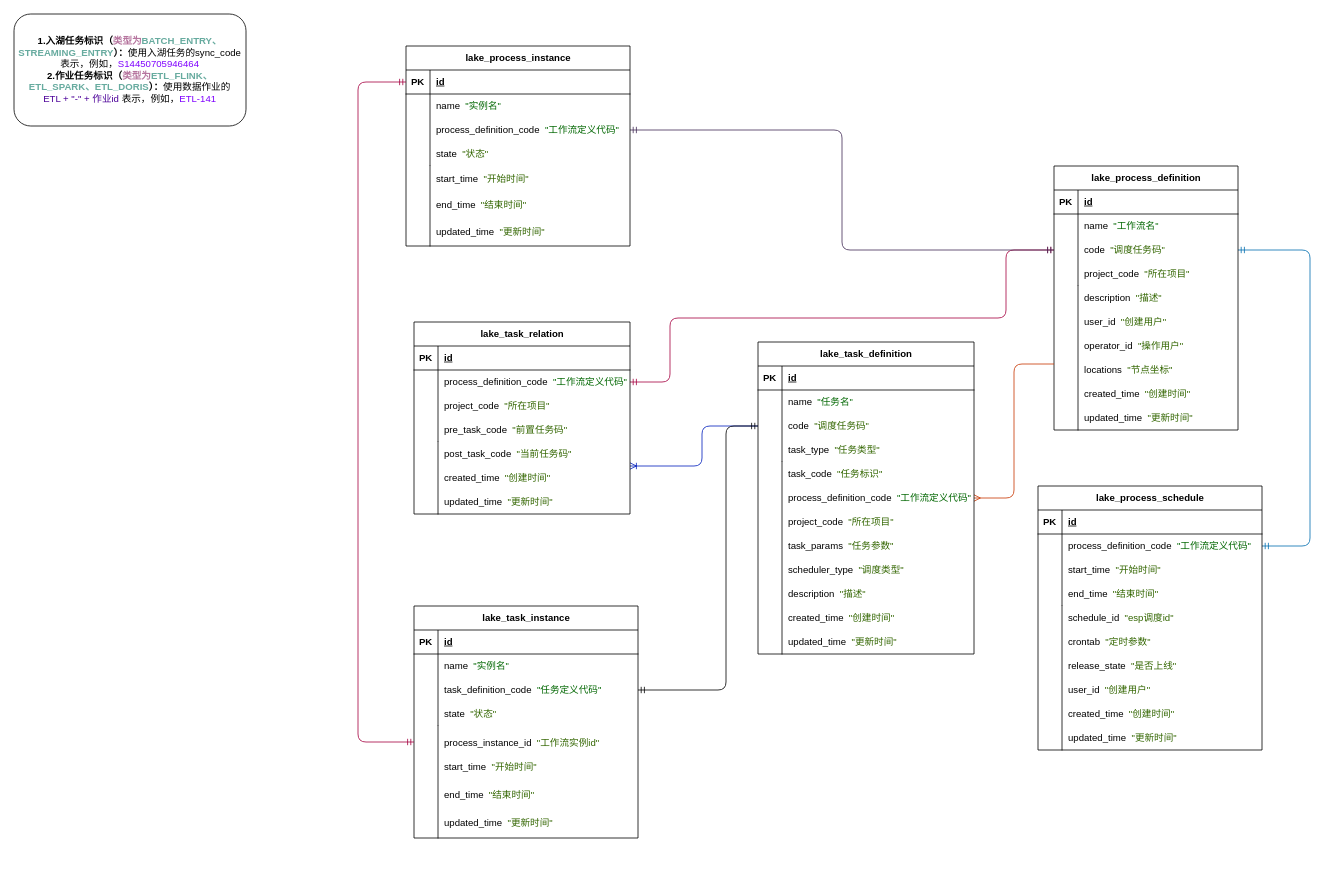
This is page "入湖与作业任务依赖" (3 of 3) of 数据湖.drawio from GorgeousU/draw.io, a draw.io file, before an edit. Source tidied: cells renumbered, new cells numbered last; positions are measured from the earlier drawing's top-left corner, leaving out a move shared by most shapes. Both pictures are drawn from the tidied source at 80%, with x=0, y=0 at pixel (14, 14).
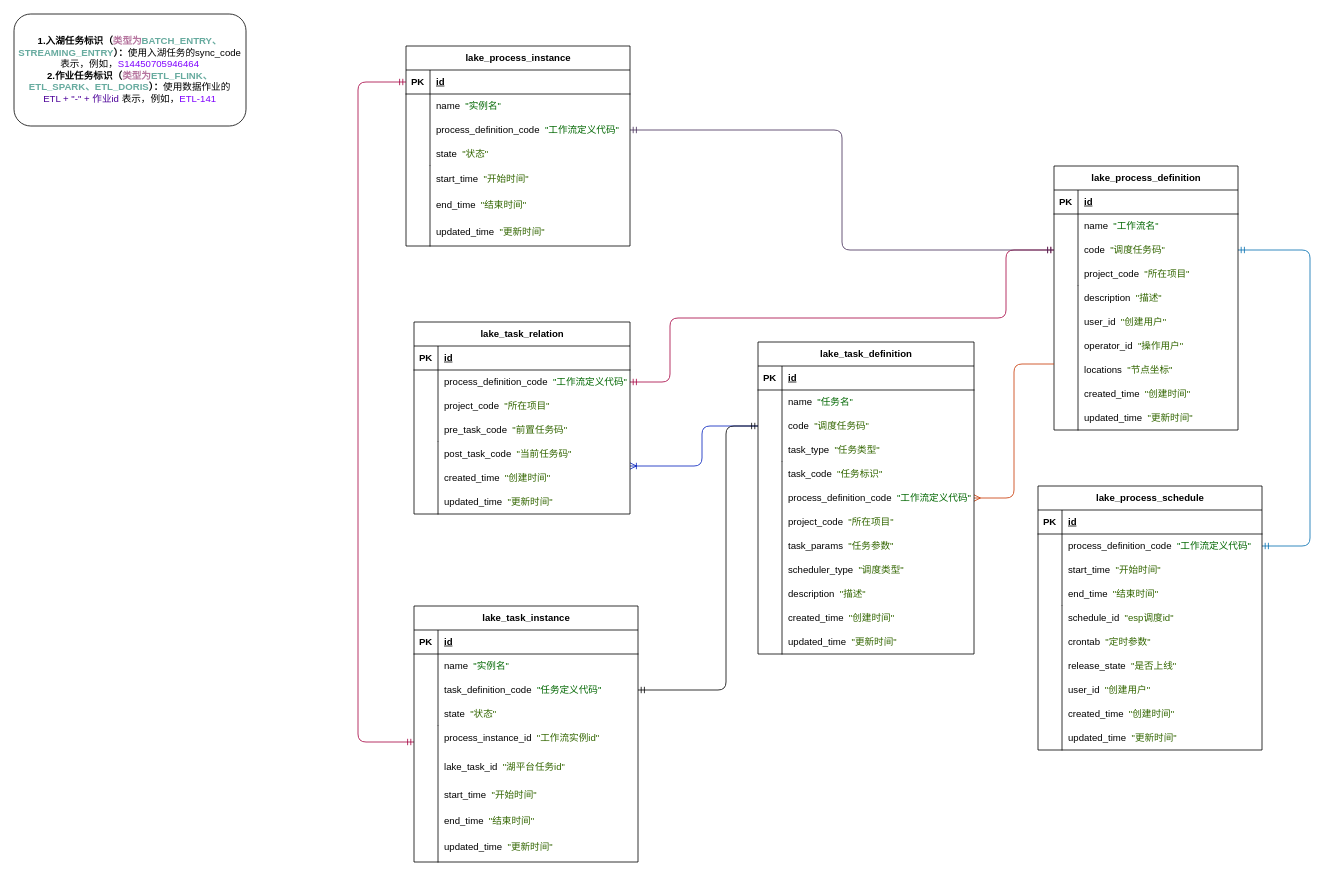
Above is the later version.

Commit message:
更新数据湖.drawio

The change refers to these unchanged cells:
```xml
<mxCell id="116" style="shape=tableRow;horizontal=0;startSize=0;swimlaneHead=0;swimlaneBody=0;fillColor=none;points=[[0,0.5],[1,0.5]];portConstraint=eastwest;top=0;left=0;right=0;bottom=1;" parent="115" vertex="1">
  <mxGeometry y="30" width="280" height="30" as="geometry" />
</mxCell>
```

Diff of the diagram source:
```diff
@@
-    <mxCell id="137" style="group;" parent="1" vertex="1">
-      <mxGeometry x="500" y="740" width="280" height="300" as="geometry" />
-    </mxCell>
+    <mxCell id="161" style="edgeStyle=orthogonalEdgeStyle;fontSize=12;html=1;endArrow=ERmandOne;startArrow=ERmandOne;rounded=1;entryX=0;entryY=0.5;entryDx=0;entryDy=0;fillColor=#d80073;strokeColor=#A50040;" parent="1" edge="1" target="116">
+      <mxGeometry relative="1" as="geometry">
+        <mxPoint x="500" y="910" as="sourcePoint" />
+        <Array as="points">
+          <mxPoint x="430" y="910" />
+          <mxPoint x="430" y="85" />
+        </Array>
+      </mxGeometry>
+    </mxCell>
-    <mxCell id="138" value="lake_task_instance" style="shape=table;startSize=30;childLayout=tableLayout;rowLines=0;fontStyle=1;align=center;html=1;" parent="137" vertex="1">
-      <mxGeometry width="280" height="290" as="geometry" />
+    <mxCell id="138" value="lake_task_instance" style="shape=table;startSize=30;childLayout=tableLayout;rowLines=0;fontStyle=1;align=center;html=1;" parent="1" vertex="1">
+      <mxGeometry x="500" y="740" width="280" height="320" as="geometry" />
     </mxCell>
@@
-    <mxCell id="151" style="shape=tableRow;horizontal=0;startSize=0;swimlaneHead=0;swimlaneBody=0;fillColor=none;top=0;left=0;right=0;bottom=0;" parent="137" vertex="1">
-      <mxGeometry y="214.3" width="180" height="42.9" as="geometry" />
+    <mxCell id="151" style="shape=tableRow;horizontal=0;startSize=0;swimlaneHead=0;swimlaneBody=0;fillColor=none;top=0;left=0;right=0;bottom=0;" parent="1" vertex="1">
+      <mxGeometry x="500" y="954.3" width="180" height="42.9" as="geometry" />
     </mxCell>
@@
-    <mxCell id="153" style="shape=tableRow;horizontal=0;startSize=0;swimlaneHead=0;swimlaneBody=0;fillColor=none;top=0;left=0;right=0;bottom=0;" parent="137" vertex="1">
-      <mxGeometry y="257.1" width="210" height="42.9" as="geometry" />
+    <mxCell id="153" style="shape=tableRow;horizontal=0;startSize=0;swimlaneHead=0;swimlaneBody=0;fillColor=none;top=0;left=0;right=0;bottom=0;" parent="1" vertex="1">
+      <mxGeometry x="500" y="997.1" width="210" height="42.9" as="geometry" />
     </mxCell>
@@
-    <mxCell id="155" value="start_time&amp;nbsp;&amp;nbsp;&lt;font color=&quot;#336600&quot;&gt;&quot;开始时间&quot;&lt;/font&gt;" style="shape=partialRectangle;fillColor=none;top=0;left=0;bottom=0;right=0;align=left;spacingLeft=6;overflow=hidden;whiteSpace=wrap;html=1;" parent="137" vertex="1">
-      <mxGeometry x="30" y="180" width="160" height="42.9" as="geometry" />
+    <mxCell id="155" value="start_time&amp;nbsp;&amp;nbsp;&lt;font color=&quot;#336600&quot;&gt;&quot;开始时间&quot;&lt;/font&gt;" style="shape=partialRectangle;fillColor=none;top=0;left=0;bottom=0;right=0;align=left;spacingLeft=6;overflow=hidden;whiteSpace=wrap;html=1;" parent="1" vertex="1">
+      <mxGeometry x="530" y="954.3" width="160" height="42.9" as="geometry" />
     </mxCell>
-    <mxCell id="156" style="shape=partialRectangle;fillColor=none;align=left;verticalAlign=middle;strokeColor=none;spacingLeft=34;" parent="137" vertex="1">
-      <mxGeometry x="20" y="150" width="30" height="140" as="geometry" />
+    <mxCell id="156" style="shape=partialRectangle;fillColor=none;align=left;verticalAlign=middle;strokeColor=none;spacingLeft=34;" parent="1" vertex="1">
+      <mxGeometry x="520" y="890" width="30" height="170" as="geometry" />
     </mxCell>
     <mxCell id="157" style="shape=partialRectangle;top=0;left=0;bottom=0;fillColor=none;stokeWidth=1;align=left;verticalAlign=middle;spacingLeft=4;spacingRight=4;overflow=hidden;" parent="156" vertex="1">
-      <mxGeometry width="10" height="140" as="geometry" />
+      <mxGeometry width="10" height="170" as="geometry" />
     </mxCell>
-    <mxCell id="158" value="end_time&amp;nbsp;&amp;nbsp;&lt;font color=&quot;#336600&quot;&gt;&quot;结束时间&quot;&lt;/font&gt;" style="shape=partialRectangle;fillColor=none;top=0;left=0;bottom=0;right=0;align=left;spacingLeft=6;overflow=hidden;whiteSpace=wrap;html=1;" parent="137" vertex="1">
-      <mxGeometry x="30" y="214.3" width="160" height="42.9" as="geometry" />
+    <mxCell id="158" value="end_time&amp;nbsp;&amp;nbsp;&lt;font color=&quot;#336600&quot;&gt;&quot;结束时间&quot;&lt;/font&gt;" style="shape=partialRectangle;fillColor=none;top=0;left=0;bottom=0;right=0;align=left;spacingLeft=6;overflow=hidden;whiteSpace=wrap;html=1;" parent="1" vertex="1">
+      <mxGeometry x="530" y="987.1" width="160" height="42.9" as="geometry" />
     </mxCell>
-    <mxCell id="159" value="updated_time&amp;nbsp;&amp;nbsp;&lt;font color=&quot;#336600&quot;&gt;&quot;更新时间&quot;&lt;/font&gt;" style="shape=partialRectangle;fillColor=none;top=0;left=0;bottom=0;right=0;align=left;spacingLeft=6;overflow=hidden;whiteSpace=wrap;html=1;" parent="137" vertex="1">
-      <mxGeometry x="30" y="250" width="160" height="41.1" as="geometry" />
+    <mxCell id="159" value="updated_time&amp;nbsp;&amp;nbsp;&lt;font color=&quot;#336600&quot;&gt;&quot;更新时间&quot;&lt;/font&gt;" style="shape=partialRectangle;fillColor=none;top=0;left=0;bottom=0;right=0;align=left;spacingLeft=6;overflow=hidden;whiteSpace=wrap;html=1;" parent="1" vertex="1">
+      <mxGeometry x="530" y="1020" width="160" height="41.1" as="geometry" />
     </mxCell>
-    <mxCell id="160" value="process_instance_id&amp;nbsp;&amp;nbsp;&lt;font color=&quot;#336600&quot;&gt;&quot;工作流实例id&quot;&lt;/font&gt;" style="shape=partialRectangle;fillColor=none;top=0;left=0;bottom=0;right=0;align=left;spacingLeft=6;overflow=hidden;whiteSpace=wrap;html=1;" parent="137" vertex="1">
-      <mxGeometry x="30" y="150" width="240" height="42.9" as="geometry" />
+    <mxCell id="160" value="process_instance_id&amp;nbsp;&amp;nbsp;&lt;font color=&quot;#336600&quot;&gt;&quot;工作流实例id&quot;&lt;/font&gt;" style="shape=partialRectangle;fillColor=none;top=0;left=0;bottom=0;right=0;align=left;spacingLeft=6;overflow=hidden;whiteSpace=wrap;html=1;" parent="1" vertex="1">
+      <mxGeometry x="530" y="883.6" width="240" height="42.9" as="geometry" />
     </mxCell>
-    <mxCell id="161" style="edgeStyle=orthogonalEdgeStyle;fontSize=12;html=1;endArrow=ERmandOne;startArrow=ERmandOne;rounded=1;entryX=0;entryY=0.5;entryDx=0;entryDy=0;fillColor=#d80073;strokeColor=#A50040;" parent="1" edge="1" target="116">
-      <mxGeometry relative="1" as="geometry">
-        <mxPoint x="500" y="910" as="sourcePoint" />
-        <Array as="points">
-          <mxPoint x="430" y="910" />
-          <mxPoint x="430" y="85" />
-        </Array>
-      </mxGeometry>
-    </mxCell>
+    <mxCell id="162" value="lake_task_id&amp;nbsp;&amp;nbsp;&lt;font color=&quot;#336600&quot;&gt;&quot;湖平台任务id&quot;&lt;/font&gt;" style="shape=partialRectangle;fillColor=none;top=0;left=0;bottom=0;right=0;align=left;spacingLeft=6;overflow=hidden;whiteSpace=wrap;html=1;" parent="1" vertex="1">
+      <mxGeometry x="530" y="920" width="160" height="42.9" as="geometry" />
+    </mxCell>
```
